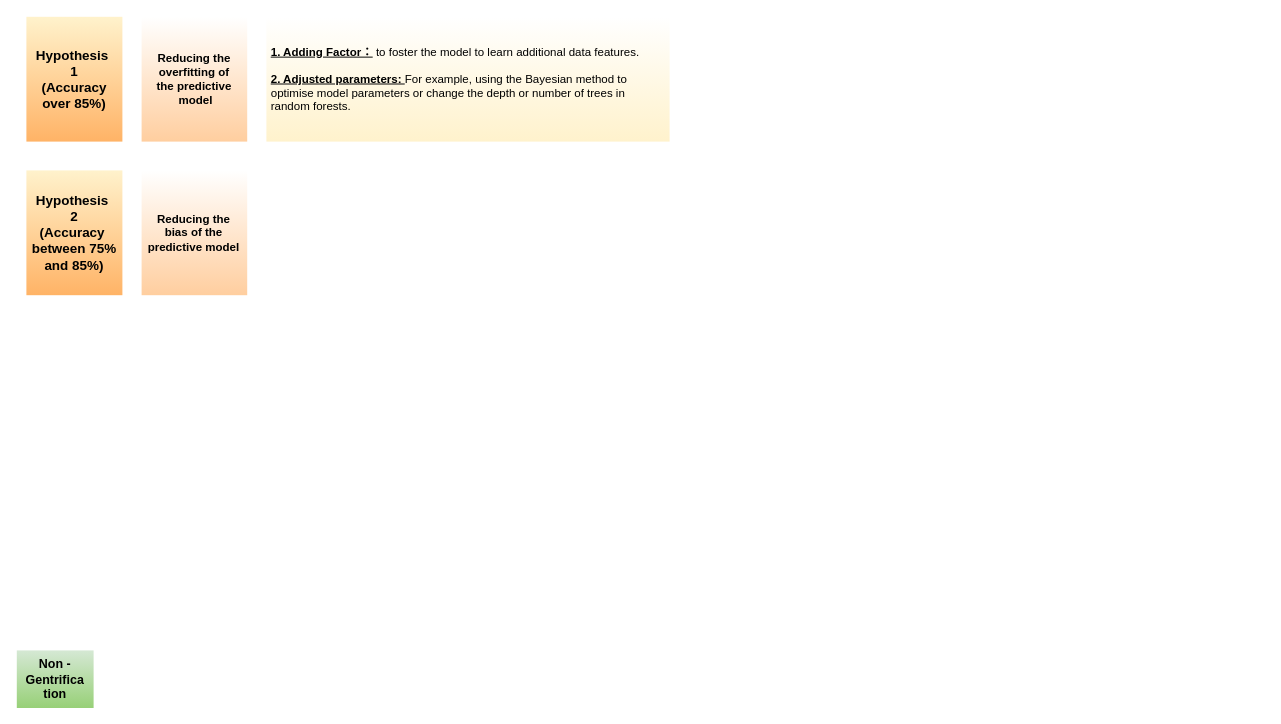
CindyZ123/case_test keeps this draw.io diagram as proposal.drawio. Above is the earlier version. Source tidied: cells renumbered, new cells numbered last; positions are measured from the earlier drawing's top-left corner, leaving out a move shared by most shapes. Both pictures are drawn from the tidied source at 96%, with x=0, y=0 at pixel (16, 16).
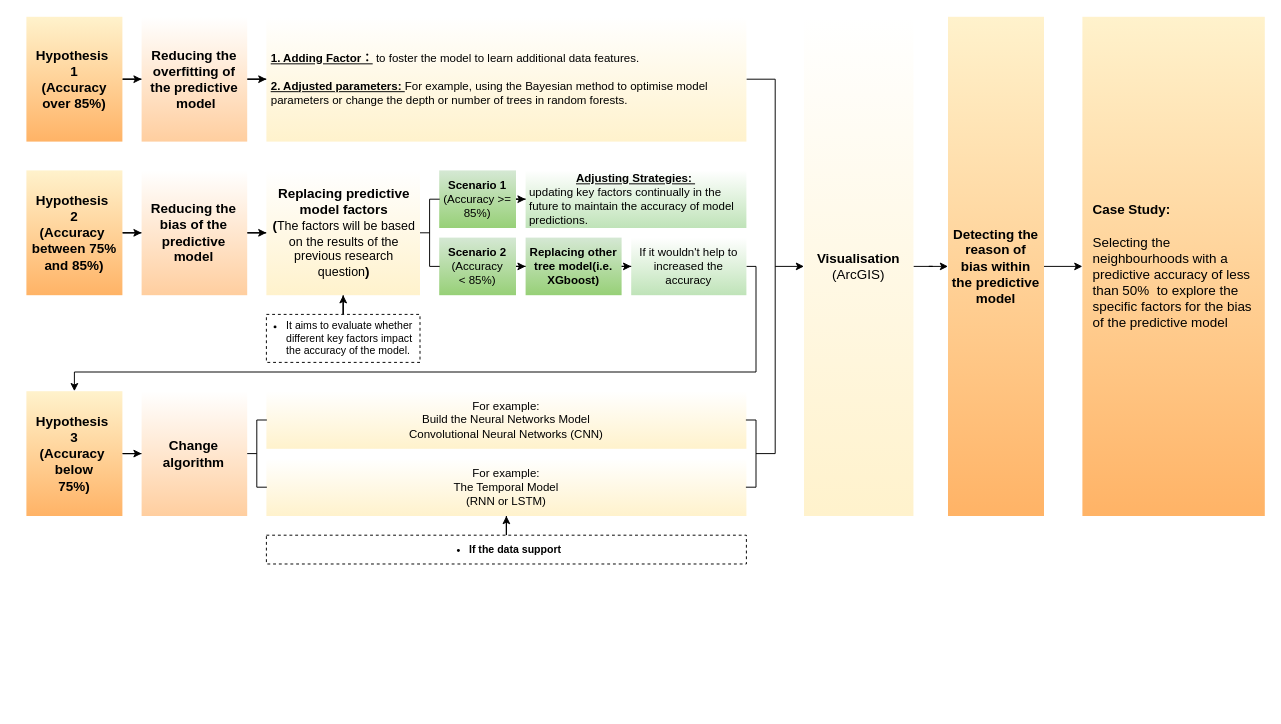
Above is the later version.

The change refers to these unchanged cells:
```xml
<mxCell id="2" value="&lt;span style=&quot;font-size: 14px;&quot;&gt;&lt;b&gt;Hypothesis&amp;nbsp;&lt;/b&gt;&lt;/span&gt;&lt;div&gt;&lt;b style=&quot;font-size: 14px; background-color: initial;&quot;&gt;1&lt;/b&gt;&lt;br&gt;&lt;/div&gt;&lt;div&gt;&lt;b style=&quot;font-size: 14px; background-color: initial;&quot;&gt;(Accuracy over 85%)&lt;/b&gt;&lt;/div&gt;" style="rounded=0;whiteSpace=wrap;html=1;fillColor=#fff2cc;strokeColor=none;gradientColor=#FFB366;" parent="1" vertex="1">
  <mxGeometry x="10" width="100" height="130" as="geometry" />
</mxCell>
<mxCell id="6" value="&lt;span style=&quot;font-size: 14px;&quot;&gt;&lt;font style=&quot;font-size: 14px;&quot;&gt;&lt;b&gt;Hypothesis&amp;nbsp;&lt;/b&gt;&lt;/font&gt;&lt;/span&gt;&lt;div style=&quot;font-size: 14px;&quot;&gt;&lt;font style=&quot;font-size: 14px;&quot;&gt;&lt;b&gt;2&lt;/b&gt;&lt;/font&gt;&lt;/div&gt;&lt;div style=&quot;font-size: 14px;&quot;&gt;&lt;span style=&quot;background-color: initial; font-weight: bold;&quot;&gt;(Accuracy&amp;nbsp;&lt;/span&gt;&lt;br&gt;&lt;/div&gt;&lt;div style=&quot;font-size: 14px;&quot;&gt;&lt;font style=&quot;font-size: 14px;&quot;&gt;&lt;span style=&quot;background-color: initial;&quot;&gt;&lt;b style=&quot;&quot;&gt;&lt;font face=&quot;Helvetica&quot;&gt;between 75% and 85%&lt;/font&gt;&lt;/b&gt;&lt;/span&gt;&lt;span style=&quot;font-weight: bold; background-color: initial;&quot;&gt;)&lt;/span&gt;&lt;/font&gt;&lt;/div&gt;" style="rounded=0;whiteSpace=wrap;html=1;fillColor=#fff2cc;strokeColor=none;gradientColor=#FFB366;" parent="1" vertex="1">
  <mxGeometry x="10" y="160" width="100" height="130" as="geometry" />
</mxCell>
```

The edit, as a diff of the source:
```diff
@@
+    <mxCell id="8" style="edgeStyle=orthogonalEdgeStyle;rounded=0;jettySize=auto;html=1;" parent="1" edge="1" source="2" target="3">
+      <mxGeometry relative="1" as="geometry" />
+    </mxCell>
@@
+    <mxCell id="9" style="edgeStyle=orthogonalEdgeStyle;rounded=0;jettySize=auto;html=1;" parent="1" edge="1" source="3" target="4">
+      <mxGeometry relative="1" as="geometry" />
+    </mxCell>
-    <mxCell id="3" value="&lt;span style=&quot;font-size: 12px;&quot;&gt;&lt;b style=&quot;font-size: 12px;&quot;&gt;Reducing the overfitting of the&amp;nbsp;&lt;/b&gt;&lt;/span&gt;&lt;b&gt;predictive&lt;/b&gt;&lt;div&gt;&lt;span style=&quot;font-size: 12px;&quot;&gt;&lt;b style=&quot;font-size: 12px;&quot;&gt;&amp;nbsp;model&lt;/b&gt;&lt;/span&gt;&lt;/div&gt;" style="whiteSpace=wrap;html=1;fillColor=#FFFFFF;strokeColor=none;rounded=0;gradientColor=#FFCE9F;fontSize=12;" parent="1" vertex="1">
+    <mxCell id="3" value="&lt;span style=&quot;font-size: 14px;&quot;&gt;&lt;b style=&quot;font-size: 14px;&quot;&gt;Reducing the overfitting of the&amp;nbsp;&lt;/b&gt;&lt;/span&gt;&lt;b style=&quot;font-size: 14px;&quot;&gt;predictive&lt;/b&gt;&lt;div style=&quot;font-size: 14px;&quot;&gt;&lt;span style=&quot;font-size: 14px;&quot;&gt;&lt;b style=&quot;font-size: 14px;&quot;&gt;&amp;nbsp;model&lt;/b&gt;&lt;/span&gt;&lt;/div&gt;" style="whiteSpace=wrap;html=1;fillColor=#FFFFFF;strokeColor=none;rounded=0;gradientColor=#FFCE9F;fontSize=14;" parent="1" vertex="1">
       <mxGeometry x="130" width="110" height="130" as="geometry" />
     </mxCell>
+    <mxCell id="10" style="edgeStyle=orthogonalEdgeStyle;rounded=0;jettySize=auto;html=1;entryX=0.5;entryY=1;entryDx=0;entryDy=0;exitX=1;exitY=0.5;exitDx=0;exitDy=0;endArrow=none;endFill=0;" parent="1" edge="1" source="4" target="42">
+      <mxGeometry relative="1" as="geometry" />
+    </mxCell>
     <mxCell id="4" value="&lt;div style=&quot;&quot;&gt;&lt;span style=&quot;background-color: initial;&quot;&gt;&lt;b&gt;&lt;u&gt;1. Adding Factor：&lt;/u&gt;&lt;/b&gt; to foster the model to learn additional data features.&lt;/span&gt;&lt;/div&gt;&lt;div style=&quot;&quot;&gt;&lt;br&gt;&lt;span style=&quot;background-color: initial;&quot;&gt;&lt;b&gt;&lt;u&gt;2. Adjusted parameters: &lt;/u&gt;&lt;/b&gt;For example, using the Bayesian method to optimise model parameters or change the depth or number of trees in random forests.&lt;/span&gt;&lt;br&gt;&lt;/div&gt;" style="whiteSpace=wrap;html=1;fillColor=#FFFFFF;strokeColor=none;rounded=0;gradientColor=#FFF2CC;align=left;spacingLeft=3;spacingRight=3;" parent="1" vertex="1">
-      <mxGeometry x="260" width="420" height="130" as="geometry" />
+      <mxGeometry x="260" width="500" height="130" as="geometry" />
     </mxCell>
-    <mxCell id="5" value="&lt;b style=&quot;font-size: 13px;&quot;&gt;&lt;font style=&quot;font-size: 13px;&quot;&gt;Non -Gentrifica&lt;br&gt;tion&lt;/font&gt;&lt;/b&gt;" style="whiteSpace=wrap;html=1;fillColor=#D5E8D4;strokeColor=none;rounded=0;align=center;gradientColor=#97D077;" parent="1" vertex="1">
-      <mxGeometry y="660" width="80" height="60" as="geometry" />
-    </mxCell>
+    <mxCell id="11" style="edgeStyle=orthogonalEdgeStyle;rounded=0;jettySize=auto;html=1;" parent="1" edge="1" source="6" target="7">
+      <mxGeometry relative="1" as="geometry" />
+    </mxCell>
@@
+    <mxCell id="12" style="edgeStyle=orthogonalEdgeStyle;rounded=0;jettySize=auto;html=1;" parent="1" edge="1" source="7" target="17">
+      <mxGeometry relative="1" as="geometry" />
+    </mxCell>
-    <mxCell id="7" value="&lt;span style=&quot;font-size: 12px;&quot;&gt;&lt;b style=&quot;font-size: 12px;&quot;&gt;Reducing&amp;nbsp;&lt;/b&gt;&lt;/span&gt;&lt;b&gt;the bias of the predictive model&lt;/b&gt;" style="whiteSpace=wrap;html=1;fillColor=#FFFFFF;strokeColor=none;rounded=0;gradientColor=#FFCE9F;fontSize=12;align=center;spacingLeft=3;spacingRight=4;" parent="1" vertex="1">
+    <mxCell id="7" value="&lt;span style=&quot;font-size: 14px;&quot;&gt;&lt;b style=&quot;font-size: 14px;&quot;&gt;Reducing&amp;nbsp;&lt;/b&gt;&lt;/span&gt;&lt;b style=&quot;font-size: 14px;&quot;&gt;the bias of the predictive model&lt;/b&gt;" style="whiteSpace=wrap;html=1;fillColor=#FFFFFF;strokeColor=none;rounded=0;gradientColor=#FFCE9F;fontSize=14;align=center;spacingLeft=3;spacingRight=4;" parent="1" vertex="1">
       <mxGeometry x="130" y="160" width="110" height="130" as="geometry" />
     </mxCell>
+    <mxCell id="13" style="edgeStyle=orthogonalEdgeStyle;rounded=0;jettySize=auto;html=1;" parent="1" edge="1" source="14" target="20">
+      <mxGeometry relative="1" as="geometry" />
+    </mxCell>
+    <mxCell id="14" value="&lt;font style=&quot;font-size: 12px;&quot;&gt;&lt;b&gt;Scenario 1&lt;/b&gt;&lt;/font&gt;&lt;div&gt;&lt;span style=&quot;background-color: initial;&quot;&gt;&lt;font style=&quot;font-size: 12px;&quot;&gt;(Accuracy &amp;gt;= 85%)&lt;/font&gt;&lt;/span&gt;&lt;br&gt;&lt;/div&gt;" style="whiteSpace=wrap;html=1;fillColor=#D5E8D4;strokeColor=none;rounded=0;align=center;gradientColor=#97D077;" parent="1" vertex="1">
+      <mxGeometry x="440" y="160" width="80" height="60" as="geometry" />
+    </mxCell>
+    <mxCell id="15" style="edgeStyle=orthogonalEdgeStyle;rounded=0;jettySize=auto;html=1;" parent="1" edge="1" source="16" target="17">
+      <mxGeometry relative="1" as="geometry" />
+    </mxCell>
+    <mxCell id="16" value="&lt;div style=&quot;font-size: 11px;&quot;&gt;&lt;ul style=&quot;font-size: 11px;&quot;&gt;&lt;li style=&quot;font-size: 11px;&quot;&gt;&lt;span style=&quot;font-size: 11px; font-weight: 400;&quot;&gt;It aims to evaluate whether different key factors impact the accuracy of the model.&lt;/span&gt;&lt;br style=&quot;font-size: 11px;&quot;&gt;&lt;/li&gt;&lt;/ul&gt;&lt;/div&gt;&lt;span style=&quot;font-size: 11px;&quot;&gt;&lt;/span&gt;" style="rounded=0;whiteSpace=wrap;html=1;align=left;dashed=1;spacingLeft=-21;fontStyle=1;fontSize=11;" parent="1" vertex="1">
+      <mxGeometry x="260" y="310" width="160" height="50" as="geometry" />
+    </mxCell>
+    <mxCell id="17" value="&lt;div style=&quot;text-align: center;&quot;&gt;&lt;span style=&quot;font-size: 14px; font-weight: 700;&quot;&gt;Replacing predictive model factors&lt;/span&gt;&lt;/div&gt;&lt;div style=&quot;text-align: center;&quot;&gt;&lt;span style=&quot;background-color: initial; font-size: 14px; font-weight: 700;&quot;&gt;(&lt;/span&gt;&lt;span style=&quot;background-color: initial; font-size: 13px;&quot;&gt;The factors will be based on the results of the previous research question&lt;/span&gt;&lt;span style=&quot;background-color: initial; font-size: 14px; font-weight: 700;&quot;&gt;)&lt;/span&gt;&lt;br&gt;&lt;/div&gt;" style="whiteSpace=wrap;html=1;fillColor=#FFFFFF;strokeColor=none;rounded=0;gradientColor=#FFF2CC;align=left;spacingLeft=3;spacingRight=3;" parent="1" vertex="1">
+      <mxGeometry x="260" y="160" width="160" height="130" as="geometry" />
+    </mxCell>
+    <mxCell id="18" style="edgeStyle=orthogonalEdgeStyle;rounded=0;jettySize=auto;html=1;" parent="1" edge="1" source="19" target="22">
+      <mxGeometry relative="1" as="geometry" />
+    </mxCell>
+    <mxCell id="19" value="Scenario 2&lt;div&gt;&lt;span style=&quot;font-weight: normal;&quot;&gt;(&lt;span style=&quot;background-color: initial;&quot;&gt;Accuracy &amp;lt;&lt;/span&gt;&lt;span style=&quot;background-color: initial;&quot;&gt;&amp;nbsp;85%)&lt;/span&gt;&lt;/span&gt;&lt;/div&gt;" style="whiteSpace=wrap;html=1;fillColor=#D5E8D4;strokeColor=none;rounded=0;align=center;gradientColor=#97D077;fontStyle=1;" parent="1" vertex="1">
+      <mxGeometry x="440" y="230" width="80" height="60" as="geometry" />
+    </mxCell>
+    <mxCell id="20" value="&lt;b&gt;&lt;u&gt;Adjusting Strategies:&amp;nbsp;&lt;/u&gt;&lt;/b&gt;&lt;div style=&quot;text-align: left;&quot;&gt;updating key factors continually in the future to maintain the accuracy of model predictions.&lt;/div&gt;" style="whiteSpace=wrap;html=1;fillColor=#FFFFFF;strokeColor=none;rounded=0;align=center;gradientColor=#BFE3B8;spacingLeft=3;spacingRight=3;" parent="1" vertex="1">
+      <mxGeometry x="530" y="160" width="230" height="60" as="geometry" />
+    </mxCell>
+    <mxCell id="21" style="edgeStyle=orthogonalEdgeStyle;rounded=0;jettySize=auto;html=1;" parent="1" edge="1" source="22" target="24">
+      <mxGeometry relative="1" as="geometry" />
+    </mxCell>
+    <mxCell id="22" value="Replacing other tree model(i.e. XGboost)" style="whiteSpace=wrap;html=1;fillColor=#D5E8D4;strokeColor=none;rounded=0;align=center;gradientColor=#97D077;fontStyle=1;" parent="1" vertex="1">
+      <mxGeometry x="530" y="230" width="100" height="60" as="geometry" />
+    </mxCell>
+    <mxCell id="23" style="edgeStyle=orthogonalEdgeStyle;rounded=0;jettySize=auto;html=1;entryX=0.5;entryY=0;entryDx=0;entryDy=0;exitX=1;exitY=0.5;exitDx=0;exitDy=0;" parent="1" edge="1" source="24" target="27">
+      <mxGeometry relative="1" as="geometry">
+        <Array as="points">
+          <mxPoint x="770" y="260" />
+          <mxPoint x="770" y="370" />
+          <mxPoint x="60" y="370" />
+        </Array>
+      </mxGeometry>
+    </mxCell>
+    <mxCell id="24" value="If it wouldn't help to increased the accuracy" style="whiteSpace=wrap;html=1;fillColor=#FFFFFF;strokeColor=none;rounded=0;align=center;gradientColor=#BFE3B8;spacingLeft=3;spacingRight=3;" parent="1" vertex="1">
+      <mxGeometry x="640" y="230" width="120" height="60" as="geometry" />
+    </mxCell>
+    <mxCell id="25" style="edgeStyle=orthogonalEdgeStyle;rounded=0;orthogonalLoop=1;jettySize=auto;html=1;exitX=0.5;exitY=1;exitDx=0;exitDy=0;" parent="1" edge="1" source="16" target="16">
+      <mxGeometry relative="1" as="geometry" />
+    </mxCell>
+    <mxCell id="26" style="edgeStyle=orthogonalEdgeStyle;rounded=0;jettySize=auto;html=1;" parent="1" edge="1" source="27" target="28">
+      <mxGeometry relative="1" as="geometry" />
+    </mxCell>
+    <mxCell id="27" value="&lt;span style=&quot;font-size: 14px;&quot;&gt;&lt;font style=&quot;font-size: 14px;&quot;&gt;&lt;b&gt;Hypothesis&amp;nbsp;&lt;/b&gt;&lt;/font&gt;&lt;/span&gt;&lt;div style=&quot;font-size: 14px;&quot;&gt;&lt;b&gt;3&lt;/b&gt;&lt;/div&gt;&lt;div style=&quot;font-size: 14px;&quot;&gt;&lt;span style=&quot;background-color: initial; font-weight: bold;&quot;&gt;(Accuracy&amp;nbsp;&lt;/span&gt;&lt;br&gt;&lt;/div&gt;&lt;div style=&quot;font-size: 14px;&quot;&gt;&lt;font style=&quot;font-size: 14px;&quot;&gt;&lt;b&gt;&lt;span style=&quot;background-color: initial;&quot;&gt;below&lt;br&gt;75%&lt;/span&gt;&lt;span style=&quot;background-color: initial;&quot;&gt;)&lt;/span&gt;&lt;/b&gt;&lt;/font&gt;&lt;/div&gt;" style="rounded=0;whiteSpace=wrap;html=1;fillColor=#fff2cc;strokeColor=none;gradientColor=#FFB366;" parent="1" vertex="1">
+      <mxGeometry x="10" y="390" width="100" height="130" as="geometry" />
+    </mxCell>
+    <mxCell id="28" value="&lt;b style=&quot;font-size: 14px;&quot;&gt;Change algorithm&lt;/b&gt;" style="whiteSpace=wrap;html=1;fillColor=#FFFFFF;strokeColor=none;rounded=0;gradientColor=#FFCE9F;fontSize=14;align=center;spacingLeft=3;spacingRight=4;" parent="1" vertex="1">
+      <mxGeometry x="130" y="390" width="110" height="130" as="geometry" />
+    </mxCell>
+    <mxCell id="29" value="&lt;span style=&quot;color: rgb(0, 0, 0); font-family: Helvetica; font-size: 12px; font-style: normal; font-variant-ligatures: normal; font-variant-caps: normal; font-weight: 400; letter-spacing: normal; orphans: 2; text-indent: 0px; text-transform: none; widows: 2; word-spacing: 0px; -webkit-text-stroke-width: 0px; white-space: normal; text-decoration-thickness: initial; text-decoration-style: initial; text-decoration-color: initial; float: none; display: inline !important;&quot;&gt;For example:&lt;/span&gt;&lt;div&gt;Build the Neural Networks Model&lt;br&gt;&lt;div&gt;&lt;span style=&quot;color: rgb(0, 0, 0); font-family: Helvetica; font-size: 12px; font-style: normal; font-variant-ligatures: normal; font-variant-caps: normal; font-weight: 400; letter-spacing: normal; orphans: 2; text-indent: 0px; text-transform: none; widows: 2; word-spacing: 0px; -webkit-text-stroke-width: 0px; white-space: normal; text-decoration-thickness: initial; text-decoration-style: initial; text-decoration-color: initial; float: none; display: inline !important;&quot;&gt;Convolutional Neural Networks (CNN)&lt;/span&gt;&lt;/div&gt;&lt;/div&gt;" style="whiteSpace=wrap;html=1;fillColor=#FFFFFF;strokeColor=none;rounded=0;gradientColor=#FFF2CC;align=center;spacingLeft=3;spacingRight=3;" parent="1" vertex="1">
+      <mxGeometry x="260" y="390" width="500" height="60" as="geometry" />
+    </mxCell>
+    <mxCell id="30" value="&lt;div&gt;For example:&lt;br&gt;&lt;/div&gt;The Temporal Model&lt;div&gt;(RNN or LSTM&lt;span style=&quot;background-color: initial;&quot;&gt;)&lt;/span&gt;&lt;/div&gt;" style="whiteSpace=wrap;html=1;fillColor=#FFFFFF;strokeColor=none;rounded=0;gradientColor=#FFF2CC;align=center;spacingLeft=3;spacingRight=3;" parent="1" vertex="1">
+      <mxGeometry x="260" y="460" width="500" height="60" as="geometry" />
+    </mxCell>
+    <mxCell id="31" style="edgeStyle=orthogonalEdgeStyle;rounded=0;jettySize=auto;html=1;" parent="1" edge="1" source="32" target="30">
+      <mxGeometry relative="1" as="geometry" />
+    </mxCell>
+    <mxCell id="32" value="&lt;div style=&quot;&quot;&gt;&lt;ul style=&quot;font-size: 11px;&quot;&gt;&lt;li&gt;&lt;span style=&quot;background-color: initial;&quot;&gt;If the data support&lt;/span&gt;&lt;/li&gt;&lt;/ul&gt;&lt;/div&gt;&lt;span style=&quot;font-size: medium;&quot;&gt;&lt;/span&gt;" style="rounded=0;whiteSpace=wrap;html=1;align=center;dashed=1;spacingLeft=-21;fontStyle=1;" parent="1" vertex="1">
+      <mxGeometry x="260" y="540" width="500" height="30" as="geometry" />
+    </mxCell>
+    <mxCell id="33" style="edgeStyle=orthogonalEdgeStyle;rounded=0;jettySize=auto;html=1;" parent="1" edge="1" source="34" target="37">
+      <mxGeometry relative="1" as="geometry" />
+    </mxCell>
+    <mxCell id="34" value="&lt;span style=&quot;font-size: 14px;&quot;&gt;&lt;b style=&quot;font-size: 14px;&quot;&gt;Detecting the reason of bias within the predictive model&lt;/b&gt;&lt;/span&gt;" style="rounded=0;whiteSpace=wrap;html=1;fillColor=#fff2cc;strokeColor=none;gradientColor=#FFB366;fontSize=14;spacingRight=3;spacingLeft=3;" parent="1" vertex="1">
+      <mxGeometry x="970" width="100" height="520" as="geometry" />
+    </mxCell>
+    <mxCell id="35" style="edgeStyle=orthogonalEdgeStyle;rounded=0;jettySize=auto;html=1;" parent="1" edge="1" source="36" target="34">
+      <mxGeometry relative="1" as="geometry" />
+    </mxCell>
+    <mxCell id="36" value="Visualisation &lt;span style=&quot;font-weight: normal;&quot;&gt;(ArcGIS)&lt;/span&gt;" style="whiteSpace=wrap;html=1;fillColor=#FFFFFF;strokeColor=none;rounded=0;gradientColor=#FFF2CC;align=center;spacingLeft=3;spacingRight=3;fontSize=14;fontStyle=1;" parent="1" vertex="1">
+      <mxGeometry x="820" width="114" height="520" as="geometry" />
+    </mxCell>
+    <mxCell id="37" value="&lt;div&gt;&lt;div&gt;&lt;b&gt;Case Study:&lt;/b&gt;&lt;/div&gt;&lt;div&gt;&lt;b&gt;&lt;br&gt;&lt;/b&gt;&lt;/div&gt;&lt;div&gt;Selecting the neighbourhoods with a predictive accuracy of less than 50%&amp;nbsp; to explore the specific factors for the bias of the predictive model&lt;/div&gt;&lt;/div&gt;" style="rounded=0;whiteSpace=wrap;html=1;fillColor=#fff2cc;strokeColor=none;gradientColor=#FFB366;fontSize=14;spacingRight=3;spacingLeft=9;align=left;" parent="1" vertex="1">
+      <mxGeometry x="1110" width="190" height="520" as="geometry" />
+    </mxCell>
+    <mxCell id="38" style="shape=partialRectangle;whiteSpace=wrap;html=1;bottom=1;right=1;left=1;top=0;fillColor=none;routingCenterX=-0.5;direction=south;" parent="1" vertex="1">
+      <mxGeometry x="430" y="190" width="10" height="70" as="geometry" />
+    </mxCell>
+    <mxCell id="39" style="endArrow=none;html=1;rounded=0;exitX=1;exitY=0.5;exitDx=0;exitDy=0;entryX=0.5;entryY=1;entryDx=0;entryDy=0;" parent="1" edge="1" source="17" target="38">
+      <mxGeometry relative="1" as="geometry" />
+    </mxCell>
+    <mxCell id="40" style="shape=partialRectangle;whiteSpace=wrap;html=1;bottom=1;right=1;left=1;top=0;fillColor=none;routingCenterX=-0.5;direction=south;" parent="1" vertex="1">
+      <mxGeometry x="250" y="420" width="10" height="70" as="geometry" />
+    </mxCell>
+    <mxCell id="41" style="endArrow=none;html=1;rounded=0;entryX=0.5;entryY=1;entryDx=0;entryDy=0;exitX=1;exitY=0.5;exitDx=0;exitDy=0;" parent="1" edge="1" source="28" target="40">
+      <mxGeometry relative="1" as="geometry" />
+    </mxCell>
+    <mxCell id="42" style="shape=partialRectangle;whiteSpace=wrap;html=1;bottom=1;right=1;left=1;top=0;fillColor=none;routingCenterX=-0.5;direction=south;rotation=-180;" parent="1" vertex="1">
+      <mxGeometry x="760" y="420" width="10" height="70" as="geometry" />
+    </mxCell>
+    <mxCell id="43" style="endArrow=classic;html=1;rounded=0;entryX=0;entryY=0.5;entryDx=0;entryDy=0;" parent="1" edge="1" target="36">
+      <mxGeometry relative="1" as="geometry">
+        <mxPoint x="790" y="260" as="sourcePoint" />
+      </mxGeometry>
+    </mxCell>
```
